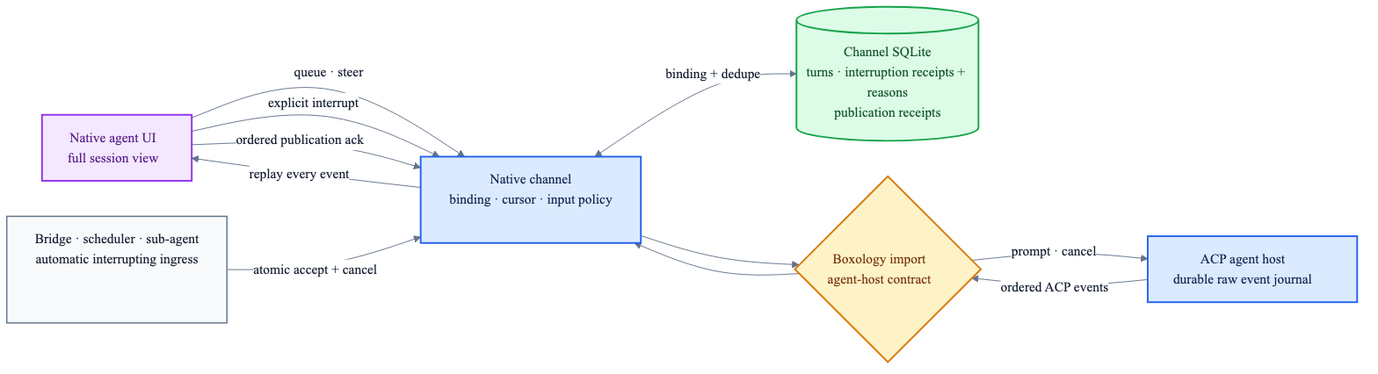
Earlier version of the Mermaid export v2/docs/native-channel-flow.png (fontanierh/crab). Its source is kept beside it as v2/docs/native-channel-flow.mmd.
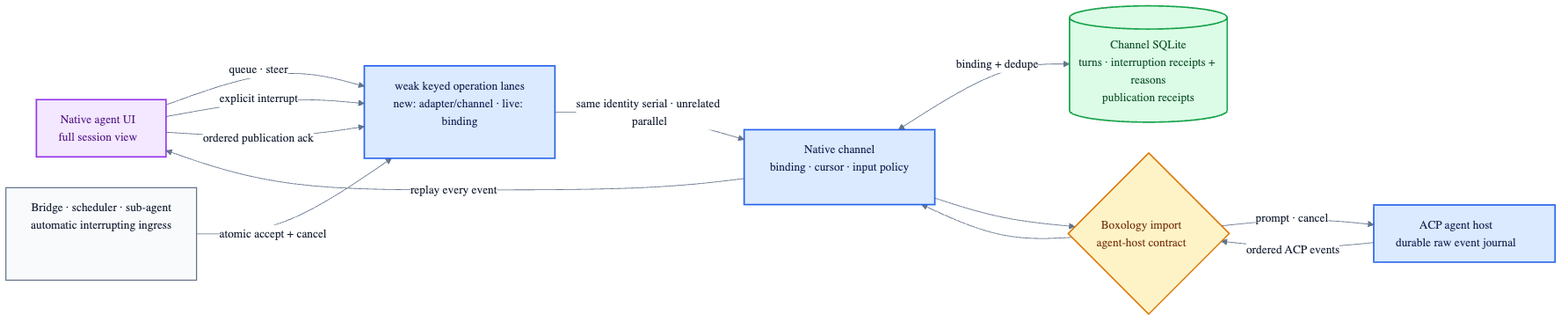
Later version of the same file.

Commit message:
fix(v2): isolate native channel operations (#344)

What changed in the source:
```diff
@@ -2,21 +2,23 @@
 flowchart LR
     UI["Native agent UI<br/>full session view"]
     INGRESS["Bridge · scheduler · sub-agent<br/>automatic interrupting ingress"]
+    LANES["weak keyed operation lanes<br/>new: adapter/channel · live: binding"]
     CHANNEL["Native channel<br/>binding · cursor · input policy"]
     DB[("Channel SQLite<br/>turns · interruption receipts + reasons<br/>publication receipts")]
     IMPORT{"Boxology import<br/>agent-host contract"}
     AGENT["ACP agent host<br/>durable raw event journal"]
 
-    UI -->|"queue · steer"| CHANNEL
-    UI -->|"explicit interrupt"| CHANNEL
-    INGRESS -->|"atomic accept + cancel"| CHANNEL
+    UI -->|"queue · steer"| LANES
+    UI -->|"explicit interrupt"| LANES
+    INGRESS -->|"atomic accept + cancel"| LANES
+    LANES -->|"same identity serial · unrelated parallel"| CHANNEL
     CHANNEL <-->|"binding + dedupe"| DB
     CHANNEL --> IMPORT
     IMPORT -->|"prompt · cancel"| AGENT
     AGENT -->|"ordered ACP events"| IMPORT
     IMPORT --> CHANNEL
     CHANNEL -->|"replay every event"| UI
-    UI -->|"ordered publication ack"| CHANNEL
+    UI -->|"ordered publication ack"| LANES
 
     classDef ui fill:#f3e8ff,stroke:#9333ea,stroke-width:2px,color:#581c87;
     classDef external fill:#f8fafc,stroke:#64748b,stroke-width:1.5px,color:#172033;
@@ -26,6 +28,6 @@
 
     class UI ui;
     class INGRESS external;
-    class CHANNEL,AGENT runtime;
+    class LANES,CHANNEL,AGENT runtime;
     class DB durable;
     class IMPORT boundary;
```
